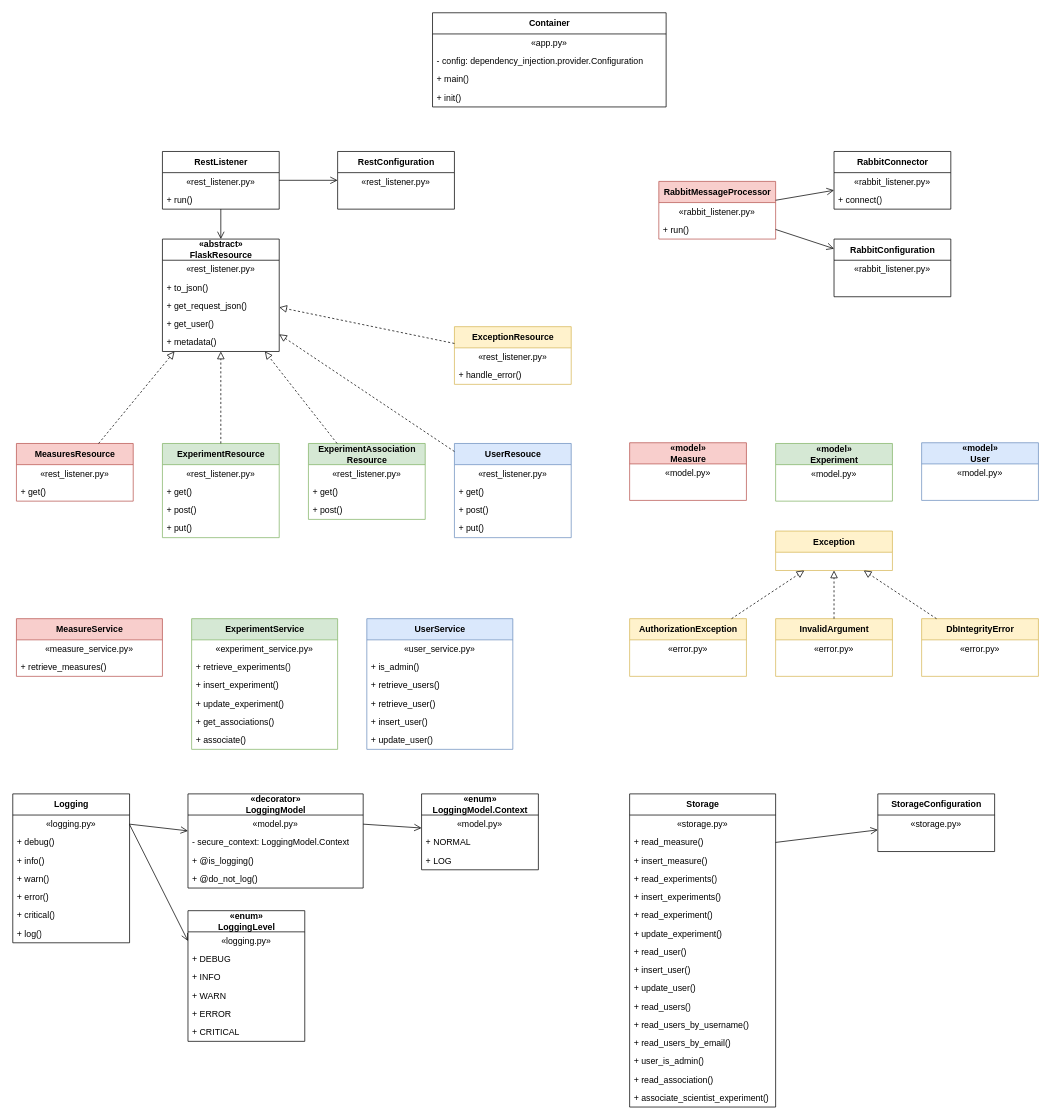
Above: page "class diagram" (2 of 3) of README-notes/components.drawio in alros-essex/ssdcs-assignment (draw.io), before the change. Source tidied: cells renumbered, new cells numbered last; positions are measured from the earlier drawing's top-left corner, leaving out a move shared by most shapes. Both pictures are drawn from the tidied source at 73%, with x=0, y=0 at pixel (12, 12).
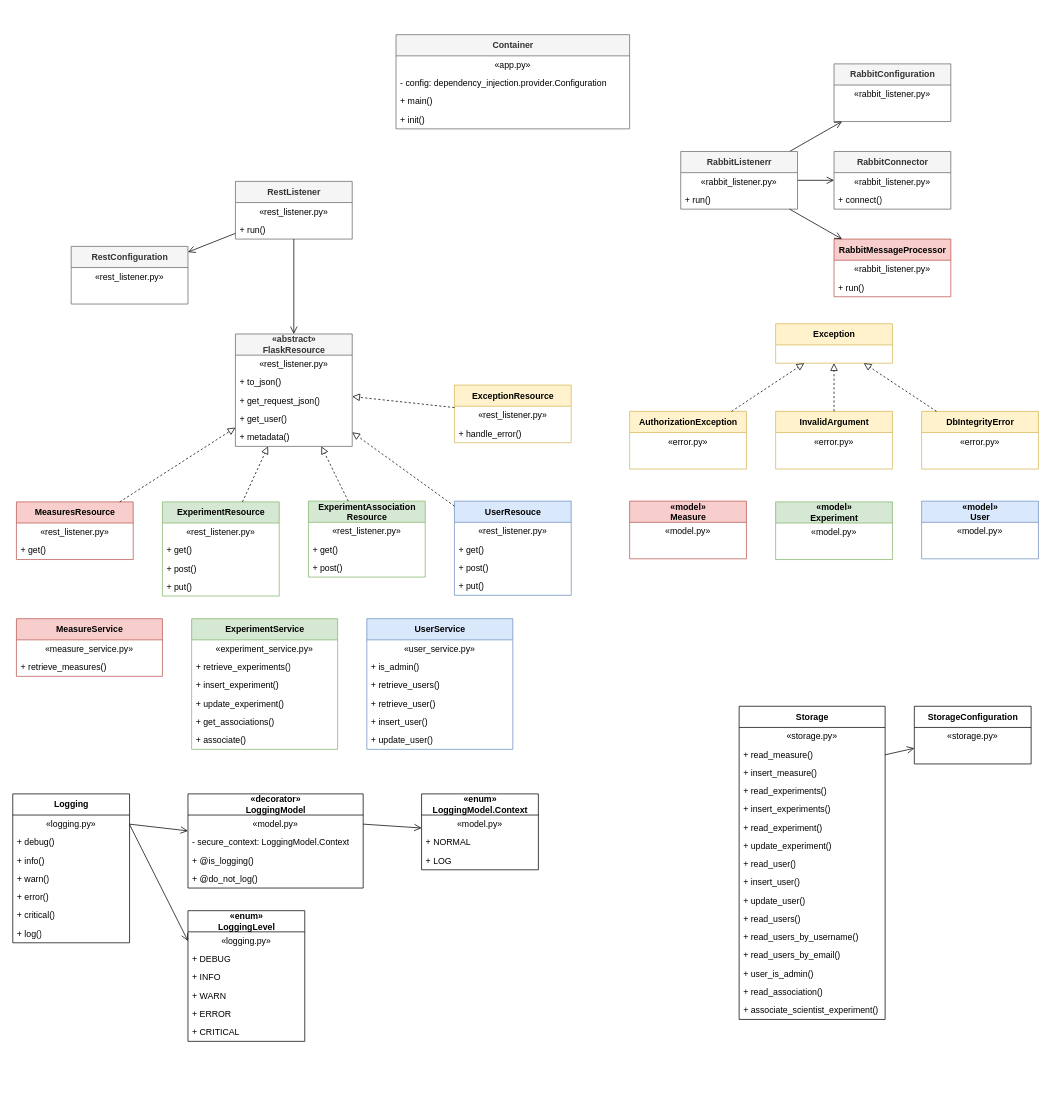
The same diagram, later.

Diff of the diagram source:
```diff
@@
-    <mxCell id="2" value="Container" style="swimlane;fontStyle=1;align=center;verticalAlign=middle;horizontal=1;startSize=29;html=1;fillColor=default;" parent="1" vertex="1">
-      <mxGeometry x="575" width="320" height="129" as="geometry" />
+    <mxCell id="2" value="Container" style="swimlane;fontStyle=1;align=center;verticalAlign=middle;horizontal=1;startSize=29;html=1;fillColor=#f5f5f5;fontColor=#333333;strokeColor=#666666;" parent="1" vertex="1">
+      <mxGeometry x="525" y="30" width="320" height="129" as="geometry" />
     </mxCell>
@@
     <mxCell id="7" value="AuthorizationException" style="swimlane;fontStyle=1;align=center;verticalAlign=middle;horizontal=1;startSize=29;html=1;fillColor=#fff2cc;strokeColor=#d6b656;" parent="1" vertex="1">
-      <mxGeometry x="845" y="830" width="160" height="79" as="geometry" />
+      <mxGeometry x="845" y="546" width="160" height="79" as="geometry" />
     </mxCell>
@@
     <mxCell id="10" value="DbIntegrityError" style="swimlane;fontStyle=1;align=center;verticalAlign=middle;horizontal=1;startSize=29;html=1;fillColor=#fff2cc;strokeColor=#d6b656;" parent="1" vertex="1">
-      <mxGeometry x="1245" y="830" width="160" height="79" as="geometry" />
+      <mxGeometry x="1245" y="546" width="160" height="79" as="geometry" />
     </mxCell>
@@
     <mxCell id="13" value="InvalidArgument" style="swimlane;fontStyle=1;align=center;verticalAlign=middle;horizontal=1;startSize=29;html=1;fillColor=#fff2cc;strokeColor=#d6b656;" parent="1" vertex="1">
-      <mxGeometry x="1045" y="830" width="160" height="79" as="geometry" />
+      <mxGeometry x="1045" y="546" width="160" height="79" as="geometry" />
     </mxCell>
@@
     <mxCell id="16" value="Exception" style="swimlane;fontStyle=1;align=center;verticalAlign=middle;horizontal=1;startSize=29;html=1;fillColor=#fff2cc;strokeColor=#d6b656;" parent="1" vertex="1">
-      <mxGeometry x="1045" y="710" width="160" height="54" as="geometry" />
+      <mxGeometry x="1045" y="426" width="160" height="54" as="geometry" />
     </mxCell>
@@
     <mxCell id="54" value="«model»&lt;br&gt;Measure" style="swimlane;fontStyle=1;align=center;verticalAlign=middle;horizontal=1;startSize=29;html=1;fillColor=#f8cecc;strokeColor=#b85450;" parent="1" vertex="1">
-      <mxGeometry x="845" y="589" width="160" height="79" as="geometry" />
+      <mxGeometry x="845" y="669" width="160" height="79" as="geometry" />
     </mxCell>
@@
     <mxCell id="57" value="«model»&lt;br&gt;Experiment" style="swimlane;fontStyle=1;align=center;verticalAlign=middle;horizontal=1;startSize=29;html=1;fillColor=#d5e8d4;strokeColor=#82b366;" parent="1" vertex="1">
-      <mxGeometry x="1045" y="590" width="160" height="79" as="geometry" />
+      <mxGeometry x="1045" y="670" width="160" height="79" as="geometry" />
     </mxCell>
@@
     <mxCell id="60" value="«model»&lt;br&gt;User" style="swimlane;fontStyle=1;align=center;verticalAlign=middle;horizontal=1;startSize=29;html=1;fillColor=#dae8fc;strokeColor=#6c8ebf;" parent="1" vertex="1">
-      <mxGeometry x="1245" y="589" width="160" height="79" as="geometry" />
+      <mxGeometry x="1245" y="669" width="160" height="79" as="geometry" />
     </mxCell>
@@
-    <mxCell id="63" value="RabbitConfiguration" style="swimlane;fontStyle=1;align=center;verticalAlign=middle;horizontal=1;startSize=29;html=1;fillColor=default;" parent="1" vertex="1">
-      <mxGeometry x="1125" y="310" width="160" height="79" as="geometry" />
+    <mxCell id="63" value="RabbitConfiguration" style="swimlane;fontStyle=1;align=center;verticalAlign=middle;horizontal=1;startSize=29;html=1;fillColor=#f5f5f5;fontColor=#333333;strokeColor=#666666;" parent="1" vertex="1">
+      <mxGeometry x="1125" y="70" width="160" height="79" as="geometry" />
     </mxCell>
@@
-    <mxCell id="66" value="RabbitConnector" style="swimlane;fontStyle=1;align=center;verticalAlign=middle;horizontal=1;startSize=29;html=1;fillColor=default;" parent="1" vertex="1">
+    <mxCell id="66" value="RabbitConnector" style="swimlane;fontStyle=1;align=center;verticalAlign=middle;horizontal=1;startSize=29;html=1;fillColor=#f5f5f5;fontColor=#333333;strokeColor=#666666;" parent="1" vertex="1">
       <mxGeometry x="1125" y="190" width="160" height="79" as="geometry" />
     </mxCell>
@@
     <mxCell id="69" value="RabbitMessageProcessor" style="swimlane;fontStyle=1;align=center;verticalAlign=middle;horizontal=1;startSize=29;html=1;fillColor=#f8cecc;strokeColor=#b85450;" parent="1" vertex="1">
-      <mxGeometry x="885" y="231" width="160" height="79" as="geometry" />
+      <mxGeometry x="1125" y="310" width="160" height="79" as="geometry" />
     </mxCell>
@@
-    <mxCell id="72" value="RestConfiguration" style="swimlane;fontStyle=1;align=center;verticalAlign=middle;horizontal=1;startSize=29;html=1;fillColor=default;" parent="1" vertex="1">
-      <mxGeometry x="445" y="190" width="160" height="79" as="geometry" />
+    <mxCell id="72" value="RestConfiguration" style="swimlane;fontStyle=1;align=center;verticalAlign=middle;horizontal=1;startSize=29;html=1;fillColor=#f5f5f5;fontColor=#333333;strokeColor=#666666;" parent="1" vertex="1">
+      <mxGeometry x="80" y="320" width="160" height="79" as="geometry" />
     </mxCell>
@@
-    <mxCell id="75" value="«abstract»&lt;br&gt;FlaskResource" style="swimlane;fontStyle=1;align=center;verticalAlign=middle;horizontal=1;startSize=29;html=1;fillColor=default;" parent="1" vertex="1">
-      <mxGeometry x="205" y="310" width="160" height="154" as="geometry" />
+    <mxCell id="75" value="«abstract»&lt;br&gt;FlaskResource" style="swimlane;fontStyle=1;align=center;verticalAlign=middle;horizontal=1;startSize=29;html=1;fillColor=#f5f5f5;fontColor=#333333;strokeColor=#666666;" parent="1" vertex="1">
+      <mxGeometry x="305" y="440" width="160" height="154" as="geometry" />
     </mxCell>
@@
     <mxCell id="81" value="MeasuresResource" style="swimlane;fontStyle=1;align=center;verticalAlign=middle;horizontal=1;startSize=29;html=1;fillColor=#f8cecc;strokeColor=#b85450;" parent="1" vertex="1">
-      <mxGeometry x="5" y="590" width="160" height="79" as="geometry" />
+      <mxGeometry x="5" y="670" width="160" height="79" as="geometry" />
     </mxCell>
@@
     <mxCell id="84" value="ExperimentResource" style="swimlane;fontStyle=1;align=center;verticalAlign=middle;horizontal=1;startSize=29;html=1;fillColor=#d5e8d4;strokeColor=#82b366;" parent="1" vertex="1">
-      <mxGeometry x="205" y="590" width="160" height="129" as="geometry" />
+      <mxGeometry x="205" y="670" width="160" height="129" as="geometry" />
     </mxCell>
@@
     <mxCell id="89" value="ExperimentAssociation&lt;br&gt;Resource" style="swimlane;fontStyle=1;align=center;verticalAlign=middle;horizontal=1;startSize=29;html=1;fillColor=#d5e8d4;strokeColor=#82b366;" parent="1" vertex="1">
-      <mxGeometry x="405" y="590" width="160" height="104" as="geometry" />
+      <mxGeometry x="405" y="669" width="160" height="104" as="geometry" />
     </mxCell>
@@
     <mxCell id="93" value="UserResouce" style="swimlane;fontStyle=1;align=center;verticalAlign=middle;horizontal=1;startSize=29;html=1;fillColor=#dae8fc;strokeColor=#6c8ebf;" parent="1" vertex="1">
-      <mxGeometry x="605" y="590" width="160" height="129" as="geometry" />
+      <mxGeometry x="605" y="669" width="160" height="129" as="geometry" />
     </mxCell>
@@
     <mxCell id="98" value="ExceptionResource" style="swimlane;fontStyle=1;align=center;verticalAlign=middle;horizontal=1;startSize=29;html=1;fillColor=#fff2cc;strokeColor=#d6b656;" parent="1" vertex="1">
-      <mxGeometry x="605" y="430" width="160" height="79" as="geometry" />
+      <mxGeometry x="605" y="510" width="160" height="79" as="geometry" />
     </mxCell>
@@
-    <mxCell id="101" value="RestListener" style="swimlane;fontStyle=1;align=center;verticalAlign=middle;horizontal=1;startSize=29;html=1;fillColor=default;" parent="1" vertex="1">
-      <mxGeometry x="205" y="190" width="160" height="79" as="geometry" />
+    <mxCell id="101" value="RestListener" style="swimlane;fontStyle=1;align=center;verticalAlign=middle;horizontal=1;startSize=29;html=1;fillColor=#f5f5f5;strokeColor=#666666;fontColor=#333333;" parent="1" vertex="1">
+      <mxGeometry x="305" y="231" width="160" height="79" as="geometry" />
     </mxCell>
@@
     <mxCell id="104" value="Storage" style="swimlane;fontStyle=1;align=center;verticalAlign=middle;horizontal=1;startSize=29;html=1;" parent="1" vertex="1">
-      <mxGeometry x="845" y="1070" width="200" height="429" as="geometry" />
+      <mxGeometry x="995" y="950" width="200" height="429" as="geometry" />
     </mxCell>
@@
     <mxCell id="133" value="StorageConfiguration" style="swimlane;fontStyle=1;align=center;verticalAlign=middle;horizontal=1;startSize=29;html=1;" parent="1" vertex="1">
-      <mxGeometry x="1185" y="1070" width="160" height="79" as="geometry" />
+      <mxGeometry x="1235" y="950" width="160" height="79" as="geometry" />
     </mxCell>
@@
-    <mxCell id="138" style="endArrow=open;startArrow=none;endFill=0;startFill=0;endSize=8;html=1;verticalAlign=bottom;labelBackgroundColor=none;strokeWidth=1;rounded=0;" parent="1" edge="1" source="69" target="66">
+    <mxCell id="138" style="endArrow=open;startArrow=none;endFill=0;startFill=0;endSize=8;html=1;verticalAlign=bottom;labelBackgroundColor=none;strokeWidth=1;rounded=0;" parent="1" edge="1" source="144" target="66">
       <mxGeometry relative="1" as="geometry" />
     </mxCell>
-    <mxCell id="139" style="endArrow=open;startArrow=none;endFill=0;startFill=0;endSize=8;html=1;verticalAlign=bottom;labelBackgroundColor=none;strokeWidth=1;rounded=0;" parent="1" edge="1" source="69" target="63">
+    <mxCell id="139" style="endArrow=open;startArrow=none;endFill=0;startFill=0;endSize=8;html=1;verticalAlign=bottom;labelBackgroundColor=none;strokeWidth=1;rounded=0;" parent="1" edge="1" source="144" target="63">
       <mxGeometry relative="1" as="geometry" />
     </mxCell>
@@
+    <mxCell id="144" value="RabbitListenerr" style="swimlane;fontStyle=1;align=center;verticalAlign=middle;horizontal=1;startSize=29;html=1;fillColor=#f5f5f5;strokeColor=#666666;fontColor=#333333;" parent="1" vertex="1">
+      <mxGeometry x="915" y="190" width="160" height="79" as="geometry" />
+    </mxCell>
+    <mxCell id="145" value="«rabbit_listener.py»" style="text;html=1;strokeColor=none;fillColor=none;align=center;verticalAlign=middle;spacingLeft=4;spacingRight=4;overflow=hidden;" parent="144" vertex="1">
+      <mxGeometry y="29" width="160" height="25" as="geometry" />
+    </mxCell>
+    <mxCell id="146" value="&lt;div&gt;+ run()&lt;/div&gt;" style="text;html=1;strokeColor=none;fillColor=none;align=left;verticalAlign=middle;spacingLeft=4;spacingRight=4;overflow=hidden;" parent="144" vertex="1">
+      <mxGeometry y="54" width="160" height="25" as="geometry" />
+    </mxCell>
+    <mxCell id="147" style="endArrow=open;startArrow=none;endFill=0;startFill=0;endSize=8;html=1;verticalAlign=bottom;labelBackgroundColor=none;strokeWidth=1;rounded=0;" parent="1" edge="1" source="144" target="69">
+      <mxGeometry relative="1" as="geometry" />
+    </mxCell>
```
